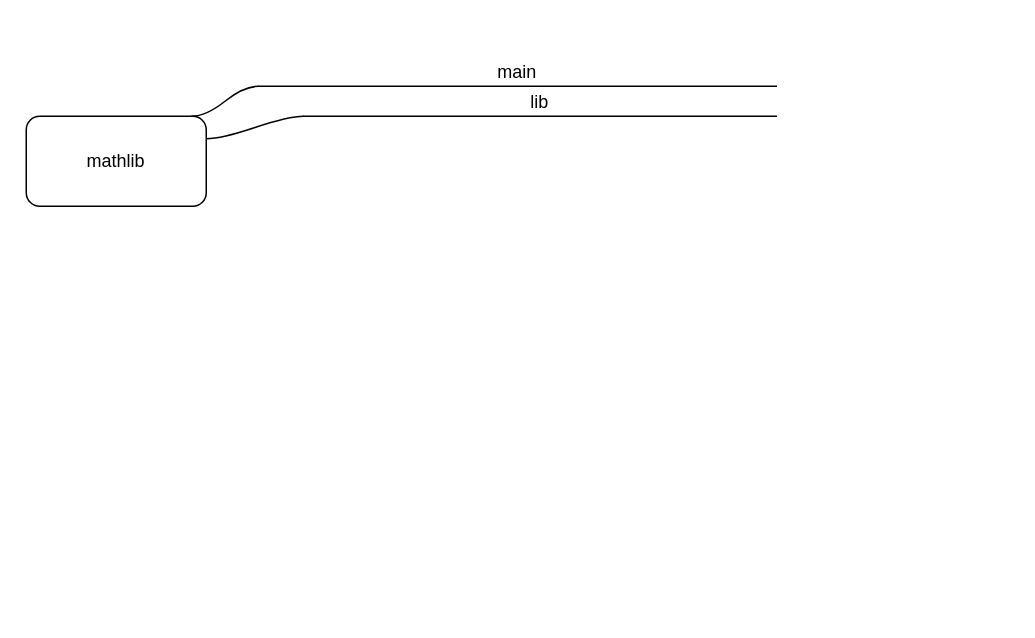
Before: .images/mathlib.drawio in kana800/mathlib, a draw.io diagram. Source tidied: cells renumbered, new cells numbered last; positions are measured from the earlier drawing's top-left corner, leaving out a move shared by most shapes. Both pictures are drawn from the tidied source at 150%, with x=0, y=0 at pixel (26, 40).
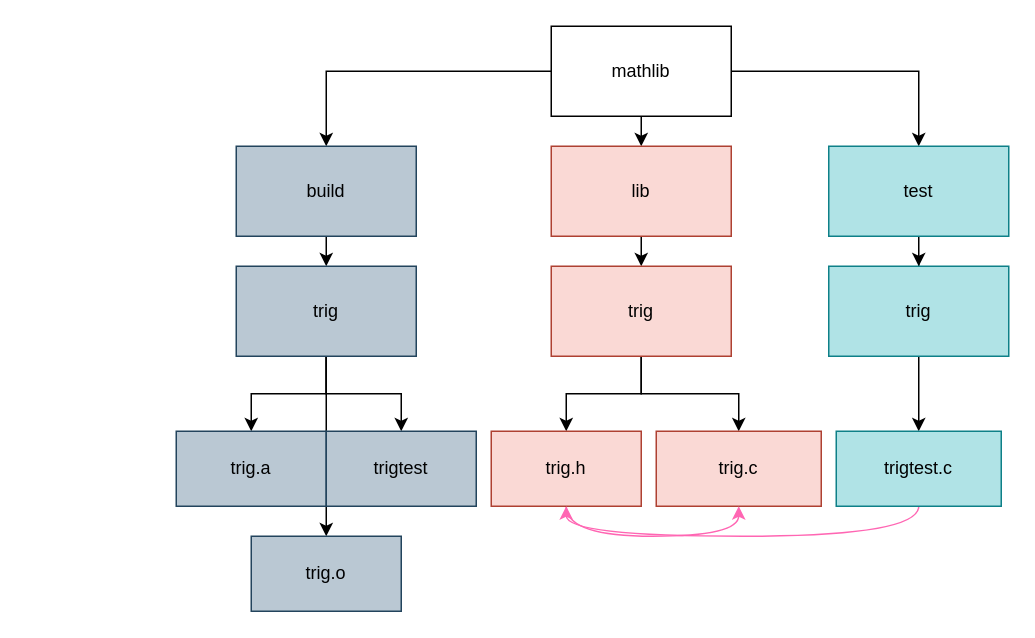
The same page after the edit.

Change to the diagram source:
```diff
@@
+    <mxCell id="7" style="edgeStyle=orthogonalEdgeStyle;rounded=0;jettySize=auto;html=1;exitX=1;exitY=0.5;exitDx=0;exitDy=0;entryX=0.5;entryY=0;entryDx=0;entryDy=0;" parent="1" edge="1" source="2" target="13">
+      <mxGeometry relative="1" as="geometry" />
+    </mxCell>
+    <mxCell id="8" style="edgeStyle=orthogonalEdgeStyle;rounded=0;jettySize=auto;html=1;exitX=0;exitY=0.5;exitDx=0;exitDy=0;entryX=0.5;entryY=0;entryDx=0;entryDy=0;" parent="1" edge="1" source="2" target="10">
+      <mxGeometry relative="1" as="geometry" />
+    </mxCell>
+    <mxCell id="6" style="edgeStyle=orthogonalEdgeStyle;rounded=0;jettySize=auto;html=1;exitX=0.5;exitY=1;exitDx=0;exitDy=0;entryX=0.5;entryY=0;entryDx=0;entryDy=0;" parent="1" edge="1" source="2" target="5">
+      <mxGeometry relative="1" as="geometry" />
+    </mxCell>
-    <mxCell id="2" value="mathlib" style="rounded=1;whiteSpace=wrap;html=1;fillColor=none;" parent="1" vertex="1">
-      <mxGeometry y="50" width="120" height="60" as="geometry" />
+    <mxCell id="2" value="mathlib" style="rounded=0;whiteSpace=wrap;html=1;" parent="1" vertex="1">
+      <mxGeometry x="350" y="-10" width="120" height="60" as="geometry" />
     </mxCell>
-    <mxCell id="3" value="main" style="whiteSpace=wrap;html=1;shape=partialRectangle;top=0;left=0;bottom=1;right=0;points=[[0,1],[1,1]];fillColor=none;align=center;verticalAlign=bottom;routingCenterY=0.5;snapToPoint=1;newEdgeStyle={&quot;edgeStyle&quot;:&quot;entityRelationEdgeStyle&quot;,&quot;startArrow&quot;:&quot;none&quot;,&quot;endArrow&quot;:&quot;none&quot;,&quot;segment&quot;:10,&quot;curved&quot;:1,&quot;sourcePerimeterSpacing&quot;:0,&quot;targetPerimeterSpacing&quot;:0};" parent="1" vertex="1">
-      <mxGeometry x="155" width="345" height="30" as="geometry" />
-    </mxCell>
-    <mxCell id="4" style="edgeStyle=entityRelationEdgeStyle;startArrow=none;endArrow=none;segment=10;curved=1;sourcePerimeterSpacing=0;targetPerimeterSpacing=0;rounded=0;" parent="1" edge="1" target="3">
-      <mxGeometry relative="1" as="geometry">
-        <mxPoint x="110" y="50" as="sourcePoint" />
-      </mxGeometry>
-    </mxCell>
+    <mxCell id="9" style="edgeStyle=orthogonalEdgeStyle;rounded=0;jettySize=auto;html=1;exitX=0.5;exitY=1;exitDx=0;exitDy=0;entryX=0.5;entryY=0;entryDx=0;entryDy=0;" parent="1" edge="1" source="10" target="17">
+      <mxGeometry relative="1" as="geometry" />
+    </mxCell>
+    <mxCell id="10" value="build" style="rounded=0;whiteSpace=wrap;html=1;fillColor=#bac8d3;strokeColor=#23445d;" parent="1" vertex="1">
+      <mxGeometry x="140" y="70" width="120" height="60" as="geometry" />
+    </mxCell>
+    <mxCell id="11" style="edgeStyle=orthogonalEdgeStyle;rounded=0;jettySize=auto;html=1;exitX=0.5;exitY=1;exitDx=0;exitDy=0;entryX=0.5;entryY=0;entryDx=0;entryDy=0;" parent="1" edge="1" source="5" target="20">
+      <mxGeometry relative="1" as="geometry" />
+    </mxCell>
-    <mxCell id="5" value="lib" style="whiteSpace=wrap;html=1;shape=partialRectangle;top=0;left=0;bottom=1;right=0;points=[[0,1],[1,1]];fillColor=none;align=center;verticalAlign=bottom;routingCenterY=0.5;snapToPoint=1;newEdgeStyle={&quot;edgeStyle&quot;:&quot;entityRelationEdgeStyle&quot;,&quot;startArrow&quot;:&quot;none&quot;,&quot;endArrow&quot;:&quot;none&quot;,&quot;segment&quot;:10,&quot;curved&quot;:1,&quot;sourcePerimeterSpacing&quot;:0,&quot;targetPerimeterSpacing&quot;:0};" parent="1" vertex="1">
-      <mxGeometry x="185" y="20" width="315" height="30" as="geometry" />
+    <mxCell id="5" value="lib" style="rounded=0;whiteSpace=wrap;html=1;fillColor=#fad9d5;strokeColor=#ae4132;" parent="1" vertex="1">
+      <mxGeometry x="350" y="70" width="120" height="60" as="geometry" />
     </mxCell>
-    <mxCell id="6" style="edgeStyle=entityRelationEdgeStyle;startArrow=none;endArrow=none;segment=10;curved=1;sourcePerimeterSpacing=0;targetPerimeterSpacing=0;rounded=0;exitX=1;exitY=0.25;exitDx=0;exitDy=0;" parent="1" edge="1" source="2" target="5">
-      <mxGeometry relative="1" as="geometry" />
-    </mxCell>
+    <mxCell id="12" style="edgeStyle=orthogonalEdgeStyle;rounded=0;jettySize=auto;html=1;exitX=0.5;exitY=1;exitDx=0;exitDy=0;" parent="1" edge="1" source="13" target="22">
+      <mxGeometry relative="1" as="geometry" />
+    </mxCell>
+    <mxCell id="13" value="test" style="rounded=0;whiteSpace=wrap;html=1;fillColor=#b0e3e6;strokeColor=#0e8088;" parent="1" vertex="1">
+      <mxGeometry x="535" y="70" width="120" height="60" as="geometry" />
+    </mxCell>
+    <mxCell id="14" style="edgeStyle=orthogonalEdgeStyle;rounded=0;jettySize=auto;html=1;exitX=0.5;exitY=1;exitDx=0;exitDy=0;" parent="1" edge="1" source="17" target="26">
+      <mxGeometry relative="1" as="geometry" />
+    </mxCell>
+    <mxCell id="15" style="edgeStyle=orthogonalEdgeStyle;rounded=0;jettySize=auto;html=1;exitX=0.5;exitY=1;exitDx=0;exitDy=0;entryX=0.5;entryY=0;entryDx=0;entryDy=0;" parent="1" edge="1" source="17" target="27">
+      <mxGeometry relative="1" as="geometry" />
+    </mxCell>
+    <mxCell id="16" style="edgeStyle=orthogonalEdgeStyle;rounded=0;jettySize=auto;html=1;exitX=0.5;exitY=1;exitDx=0;exitDy=0;entryX=0.5;entryY=0;entryDx=0;entryDy=0;" parent="1" edge="1" source="17" target="28">
+      <mxGeometry relative="1" as="geometry" />
+    </mxCell>
+    <mxCell id="17" value="trig" style="rounded=0;whiteSpace=wrap;html=1;fillColor=#bac8d3;strokeColor=#23445d;" parent="1" vertex="1">
+      <mxGeometry x="140" y="150" width="120" height="60" as="geometry" />
+    </mxCell>
+    <mxCell id="18" style="edgeStyle=orthogonalEdgeStyle;rounded=0;jettySize=auto;html=1;exitX=0.5;exitY=1;exitDx=0;exitDy=0;" parent="1" edge="1" source="20" target="23">
+      <mxGeometry relative="1" as="geometry" />
+    </mxCell>
+    <mxCell id="19" style="edgeStyle=orthogonalEdgeStyle;rounded=0;jettySize=auto;html=1;exitX=0.5;exitY=1;exitDx=0;exitDy=0;entryX=0.5;entryY=0;entryDx=0;entryDy=0;" parent="1" edge="1" source="20" target="25">
+      <mxGeometry relative="1" as="geometry" />
+    </mxCell>
+    <mxCell id="20" value="trig" style="rounded=0;whiteSpace=wrap;html=1;fillColor=#fad9d5;strokeColor=#ae4132;" parent="1" vertex="1">
+      <mxGeometry x="350" y="150" width="120" height="60" as="geometry" />
+    </mxCell>
+    <mxCell id="21" style="edgeStyle=orthogonalEdgeStyle;rounded=0;jettySize=auto;html=1;" parent="1" edge="1" source="22" target="30">
+      <mxGeometry relative="1" as="geometry" />
+    </mxCell>
+    <mxCell id="22" value="trig" style="rounded=0;whiteSpace=wrap;html=1;fillColor=#b0e3e6;strokeColor=#0e8088;" parent="1" vertex="1">
+      <mxGeometry x="535" y="150" width="120" height="60" as="geometry" />
+    </mxCell>
+    <mxCell id="23" value="trig.c" style="rounded=0;whiteSpace=wrap;html=1;fillColor=#fad9d5;strokeColor=#ae4132;" parent="1" vertex="1">
+      <mxGeometry x="420" y="260" width="110" height="50" as="geometry" />
+    </mxCell>
+    <mxCell id="24" style="edgeStyle=orthogonalEdgeStyle;curved=1;rounded=0;jettySize=auto;html=1;exitX=0.5;exitY=1;exitDx=0;exitDy=0;entryX=0.5;entryY=1;entryDx=0;entryDy=0;strokeColor=#FF66B3;" parent="1" edge="1" source="25" target="23">
+      <mxGeometry relative="1" as="geometry" />
+    </mxCell>
+    <mxCell id="25" value="trig.h" style="rounded=0;whiteSpace=wrap;html=1;fillColor=#fad9d5;strokeColor=#ae4132;" parent="1" vertex="1">
+      <mxGeometry x="310" y="260" width="100" height="50" as="geometry" />
+    </mxCell>
+    <mxCell id="26" value="trig.a" style="rounded=0;whiteSpace=wrap;html=1;fillColor=#bac8d3;strokeColor=#23445d;" parent="1" vertex="1">
+      <mxGeometry x="100" y="260" width="100" height="50" as="geometry" />
+    </mxCell>
+    <mxCell id="27" value="trig.o" style="rounded=0;whiteSpace=wrap;html=1;fillColor=#bac8d3;strokeColor=#23445d;" parent="1" vertex="1">
+      <mxGeometry x="150" y="330" width="100" height="50" as="geometry" />
+    </mxCell>
+    <mxCell id="28" value="trigtest" style="rounded=0;whiteSpace=wrap;html=1;fillColor=#bac8d3;strokeColor=#23445d;" parent="1" vertex="1">
+      <mxGeometry x="200" y="260" width="100" height="50" as="geometry" />
+    </mxCell>
+    <mxCell id="29" style="edgeStyle=orthogonalEdgeStyle;rounded=0;jettySize=auto;html=1;exitX=0.5;exitY=1;exitDx=0;exitDy=0;entryX=0.5;entryY=1;entryDx=0;entryDy=0;curved=1;strokeColor=#FF66B3;" parent="1" edge="1" source="30" target="25">
+      <mxGeometry relative="1" as="geometry" />
+    </mxCell>
+    <mxCell id="30" value="trigtest.c" style="whiteSpace=wrap;html=1;rounded=0;fillColor=#b0e3e6;strokeColor=#0e8088;" parent="1" vertex="1">
+      <mxGeometry x="540" y="260" width="110" height="50" as="geometry" />
+    </mxCell>
```
